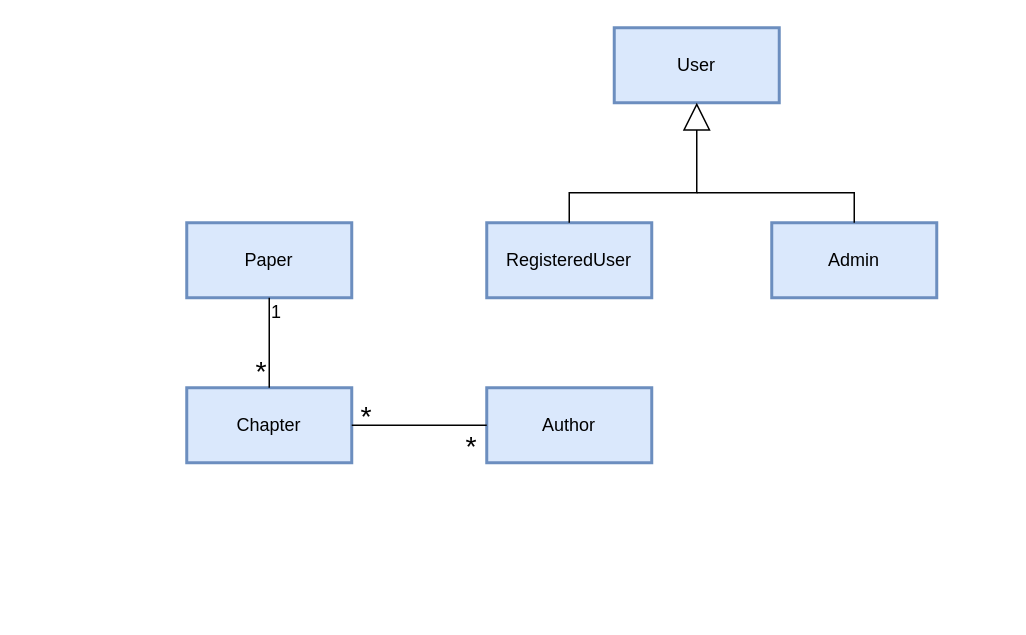
Earlier version of the draw.io diagram Preliminary_UML.drawio (AndreaCovelli/NexusScholar). Source tidied: cells renumbered, new cells numbered last; positions are measured from the earlier drawing's top-left corner, leaving out a move shared by most shapes. Both pictures are drawn from the tidied source at 150%, with x=0, y=0 at pixel (186, 27).
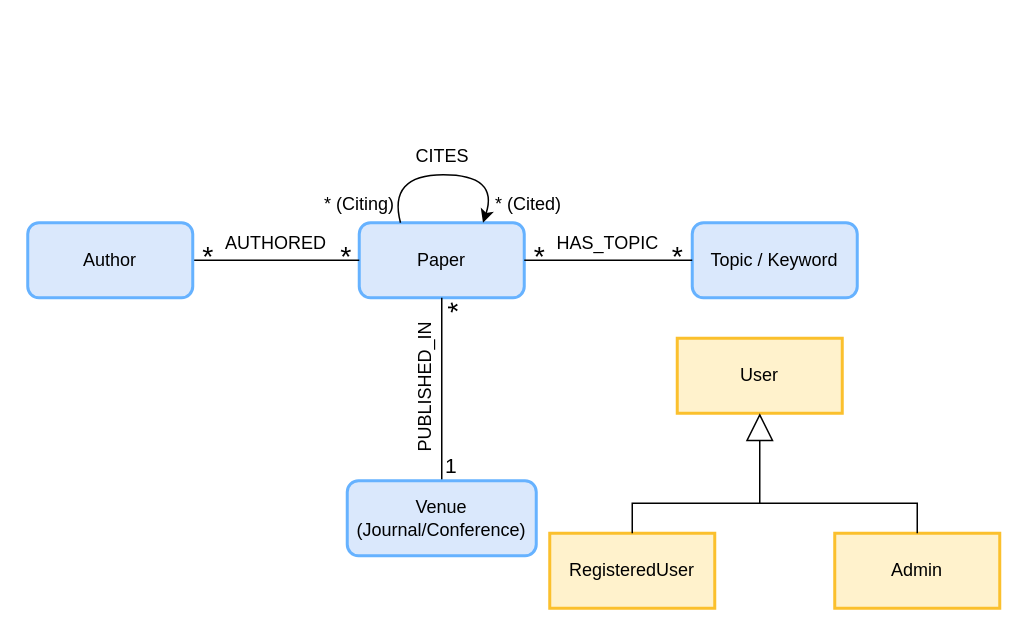
The same page after the edit.

Commit message:
feat(design): Expand preliminary UML diagram

The initial UML diagram was a basic class hierarchy. This update
replaces it with a more detailed Entity-Relationship Diagram (ERD) to
better represent the core data model.

Key changes include:
- Add entities for Topic/Keyword and Venue (Journal/Conference)
- Define key relationships: AUTHORED, CITES (self-referencing),
  HAS_TOPIC, and PUBLISHED_IN
- Remove the 'Chapter' entity to focus on primary concepts
- Update cardinalities for more accurate domain modeling

The edit, as a diff of the source:
```diff
@@
-    <mxCell id="2" value="Paper" style="html=1;whiteSpace=wrap;fillColor=#dae8fc;strokeColor=#6c8ebf;strokeWidth=2;" parent="1" vertex="1">
-      <mxGeometry y="130" width="110" height="50" as="geometry" />
+    <mxCell id="2" value="Paper" style="html=1;whiteSpace=wrap;fillColor=#dae8fc;strokeColor=#66B2FF;strokeWidth=2;rounded=1;" parent="1" vertex="1">
+      <mxGeometry x="115" y="130" width="110" height="50" as="geometry" />
     </mxCell>
-    <mxCell id="3" value="User" style="html=1;whiteSpace=wrap;fillColor=#dae8fc;strokeColor=#6c8ebf;strokeWidth=2;" parent="1" vertex="1">
-      <mxGeometry x="285" width="110" height="50" as="geometry" />
+    <mxCell id="3" value="User" style="html=1;whiteSpace=wrap;fillColor=#fff2cc;strokeColor=#FBC02D;strokeWidth=2;" parent="1" vertex="1">
+      <mxGeometry x="327" y="207" width="110" height="50" as="geometry" />
     </mxCell>
-    <mxCell id="4" value="RegisteredUser" style="html=1;whiteSpace=wrap;fillColor=#dae8fc;strokeColor=#6c8ebf;strokeWidth=2;" parent="1" vertex="1">
-      <mxGeometry x="200" y="130" width="110" height="50" as="geometry" />
+    <mxCell id="4" value="RegisteredUser" style="html=1;whiteSpace=wrap;fillColor=#fff2cc;strokeColor=#FBC02D;strokeWidth=2;" parent="1" vertex="1">
+      <mxGeometry x="242" y="337" width="110" height="50" as="geometry" />
     </mxCell>
-    <mxCell id="5" value="Admin" style="html=1;whiteSpace=wrap;fillColor=#dae8fc;strokeColor=#6c8ebf;strokeWidth=2;" parent="1" vertex="1">
-      <mxGeometry x="390" y="130" width="110" height="50" as="geometry" />
+    <mxCell id="5" value="Admin" style="html=1;whiteSpace=wrap;fillColor=#fff2cc;strokeColor=#FBC02D;strokeWidth=2;" parent="1" vertex="1">
+      <mxGeometry x="432" y="337" width="110" height="50" as="geometry" />
     </mxCell>
     <mxCell id="6" style="endArrow=block;endSize=16;endFill=0;html=1;entryX=0.5;entryY=1;entryDx=0;entryDy=0;exitX=0.5;exitY=0;exitDx=0;exitDy=0;rounded=0;curved=0;" parent="1" edge="1" source="4" target="3">
       <mxGeometry relative="1" as="geometry">
         <Array as="points">
-          <mxPoint x="255" y="110" />
-          <mxPoint x="340" y="110" />
+          <mxPoint x="297" y="317" />
+          <mxPoint x="382" y="317" />
         </Array>
       </mxGeometry>
     </mxCell>
     <mxCell id="7" style="endArrow=none;html=1;edgeStyle=orthogonalEdgeStyle;exitX=0.5;exitY=0;exitDx=0;exitDy=0;rounded=0;curved=0;" parent="1" edge="1" source="5">
       <mxGeometry relative="1" as="geometry">
-        <mxPoint x="340" y="110" as="targetPoint" />
+        <mxPoint x="382" y="317" as="targetPoint" />
         <Array as="points">
-          <mxPoint x="445" y="110" />
+          <mxPoint x="487" y="317" />
         </Array>
       </mxGeometry>
     </mxCell>
-    <mxCell id="8" value="Chapter" style="html=1;whiteSpace=wrap;fillColor=#dae8fc;strokeColor=#6c8ebf;strokeWidth=2;" parent="1" vertex="1">
-      <mxGeometry y="240" width="110" height="50" as="geometry" />
-    </mxCell>
-    <mxCell id="9" style="endArrow=none;html=1;edgeStyle=orthogonalEdgeStyle;exitX=0.5;exitY=1;exitDx=0;exitDy=0;entryX=0.5;entryY=0;entryDx=0;entryDy=0;" parent="1" edge="1" source="2" target="8">
+    <mxCell id="9" style="endArrow=none;html=1;edgeStyle=orthogonalEdgeStyle;exitX=0;exitY=0.5;exitDx=0;exitDy=0;entryX=1;entryY=0.5;entryDx=0;entryDy=0;" parent="1" edge="1" source="2" target="12">
       <mxGeometry relative="1" as="geometry" />
     </mxCell>
-    <mxCell id="10" value="&lt;font style=&quot;font-size: 19px;&quot;&gt;*&lt;/font&gt;" style="text;html=1;align=center;verticalAlign=middle;whiteSpace=wrap;rounded=0;" parent="1" vertex="1">
-      <mxGeometry x="40" y="220" width="20" height="20" as="geometry" />
+    <mxCell id="10" value="&lt;font style=&quot;font-size: 19px;&quot;&gt;*&lt;/font&gt;" style="text;html=1;align=center;verticalAlign=middle;whiteSpace=wrap;rounded=0;rotation=0;" parent="1" vertex="1">
+      <mxGeometry x="101" y="143" width="11" height="20" as="geometry" />
     </mxCell>
-    <mxCell id="11" value="1" style="text;html=1;align=center;verticalAlign=middle;whiteSpace=wrap;rounded=0;" parent="1" vertex="1">
-      <mxGeometry x="50" y="180" width="20" height="20" as="geometry" />
+    <mxCell id="11" value="&lt;span style=&quot;font-size: 19px;&quot;&gt;*&lt;/span&gt;" style="text;html=1;align=center;verticalAlign=middle;whiteSpace=wrap;rounded=0;" parent="1" vertex="1">
+      <mxGeometry x="9" y="143" width="11" height="20" as="geometry" />
     </mxCell>
-    <mxCell id="12" value="Author" style="html=1;whiteSpace=wrap;fillColor=#dae8fc;strokeColor=#6c8ebf;strokeWidth=2;" parent="1" vertex="1">
-      <mxGeometry x="200" y="240" width="110" height="50" as="geometry" />
+    <mxCell id="12" value="Author" style="html=1;whiteSpace=wrap;fillColor=#dae8fc;strokeColor=#66B2FF;strokeWidth=2;rounded=1;" parent="1" vertex="1">
+      <mxGeometry x="-106" y="130" width="110" height="50" as="geometry" />
     </mxCell>
-    <mxCell id="13" style="endArrow=none;html=1;exitX=1;exitY=0.5;exitDx=0;exitDy=0;entryX=0;entryY=0.5;entryDx=0;entryDy=0;" parent="1" edge="1" source="8" target="12">
-      <mxGeometry relative="1" as="geometry" />
-    </mxCell>
-    <mxCell id="14" value="&lt;font style=&quot;font-size: 19px;&quot;&gt;*&lt;/font&gt;" style="text;html=1;align=center;verticalAlign=middle;whiteSpace=wrap;rounded=0;" parent="1" vertex="1">
-      <mxGeometry x="110" y="250" width="20" height="20" as="geometry" />
-    </mxCell>
-    <mxCell id="15" value="&lt;font style=&quot;font-size: 19px;&quot;&gt;*&lt;/font&gt;" style="text;html=1;align=center;verticalAlign=middle;whiteSpace=wrap;rounded=0;" parent="1" vertex="1">
-      <mxGeometry x="180" y="270" width="20" height="20" as="geometry" />
-    </mxCell>
+    <mxCell id="16" value="AUTHORED" style="text;whiteSpace=wrap;" parent="1" vertex="1">
+      <mxGeometry x="24" y="130" width="73" height="24" as="geometry" />
+    </mxCell>
+    <mxCell id="17" style="curved=1;endArrow=classic;html=1;rounded=0;exitX=0.25;exitY=0;exitDx=0;exitDy=0;entryX=0.75;entryY=0;entryDx=0;entryDy=0;" parent="1" edge="1" source="2" target="2">
+      <mxGeometry relative="1" as="geometry">
+        <Array as="points">
+          <mxPoint x="134" y="98" />
+          <mxPoint x="208" y="98" />
+        </Array>
+      </mxGeometry>
+    </mxCell>
+    <mxCell id="18" value="CITES" style="text;whiteSpace=wrap;html=1;" parent="1" vertex="1">
+      <mxGeometry x="151" y="72" width="38" height="24.3" as="geometry" />
+    </mxCell>
+    <mxCell id="19" value="* (Citing)" style="text;whiteSpace=wrap;" parent="1" vertex="1">
+      <mxGeometry x="90" y="104" width="52" height="26" as="geometry" />
+    </mxCell>
+    <mxCell id="20" value="* (Cited)" style="text;whiteSpace=wrap;" parent="1" vertex="1">
+      <mxGeometry x="204" y="104" width="48.1" height="25" as="geometry" />
+    </mxCell>
+    <mxCell id="21" value="&lt;font style=&quot;font-size: 19px;&quot;&gt;*&lt;/font&gt;" style="text;html=1;align=center;verticalAlign=middle;whiteSpace=wrap;rounded=0;rotation=0;" parent="1" vertex="1">
+      <mxGeometry x="322" y="143" width="11" height="20" as="geometry" />
+    </mxCell>
+    <mxCell id="22" value="&lt;span style=&quot;font-size: 19px;&quot;&gt;*&lt;/span&gt;" style="text;html=1;align=center;verticalAlign=middle;whiteSpace=wrap;rounded=0;" parent="1" vertex="1">
+      <mxGeometry x="230" y="143" width="11" height="20" as="geometry" />
+    </mxCell>
+    <mxCell id="23" value="Topic / Keyword" style="html=1;whiteSpace=wrap;fillColor=#dae8fc;strokeColor=#66B2FF;strokeWidth=2;rounded=1;" parent="1" vertex="1">
+      <mxGeometry x="337" y="130" width="110" height="50" as="geometry" />
+    </mxCell>
+    <mxCell id="24" value="HAS_TOPIC" style="text;whiteSpace=wrap;" parent="1" vertex="1">
+      <mxGeometry x="245" y="130" width="73" height="24" as="geometry" />
+    </mxCell>
+    <mxCell id="25" style="endArrow=none;html=1;edgeStyle=orthogonalEdgeStyle;entryX=1;entryY=0.5;entryDx=0;entryDy=0;exitX=0;exitY=0.5;exitDx=0;exitDy=0;" parent="1" edge="1" source="23" target="2">
+      <mxGeometry relative="1" as="geometry" />
+    </mxCell>
+    <mxCell id="26" style="endArrow=none;html=1;edgeStyle=orthogonalEdgeStyle;entryX=0.5;entryY=1;entryDx=0;entryDy=0;exitX=0.5;exitY=0;exitDx=0;exitDy=0;" parent="1" edge="1" source="27" target="2">
+      <mxGeometry relative="1" as="geometry" />
+    </mxCell>
+    <mxCell id="27" value="Venue (Journal/Conference)" style="html=1;whiteSpace=wrap;fillColor=#dae8fc;strokeColor=#66B2FF;strokeWidth=2;rounded=1;" parent="1" vertex="1">
+      <mxGeometry x="107" y="302" width="126" height="50" as="geometry" />
+    </mxCell>
+    <mxCell id="28" value="PUBLISHED_IN" style="text;whiteSpace=wrap;rotation=-90;" parent="1" vertex="1">
+      <mxGeometry x="112" y="228" width="90" height="24" as="geometry" />
+    </mxCell>
+    <mxCell id="29" value="&lt;font style=&quot;font-size: 19px;&quot;&gt;*&lt;/font&gt;" style="text;html=1;align=center;verticalAlign=middle;whiteSpace=wrap;rounded=0;rotation=-90;" parent="1" vertex="1">
+      <mxGeometry x="176" y="177" width="11" height="20" as="geometry" />
+    </mxCell>
+    <mxCell id="30" value="&lt;font style=&quot;font-size: 14px;&quot;&gt;1&lt;/font&gt;" style="text;html=1;align=center;verticalAlign=middle;whiteSpace=wrap;rounded=0;rotation=0;" parent="1" vertex="1">
+      <mxGeometry x="171" y="282" width="11" height="20" as="geometry" />
+    </mxCell>
```
